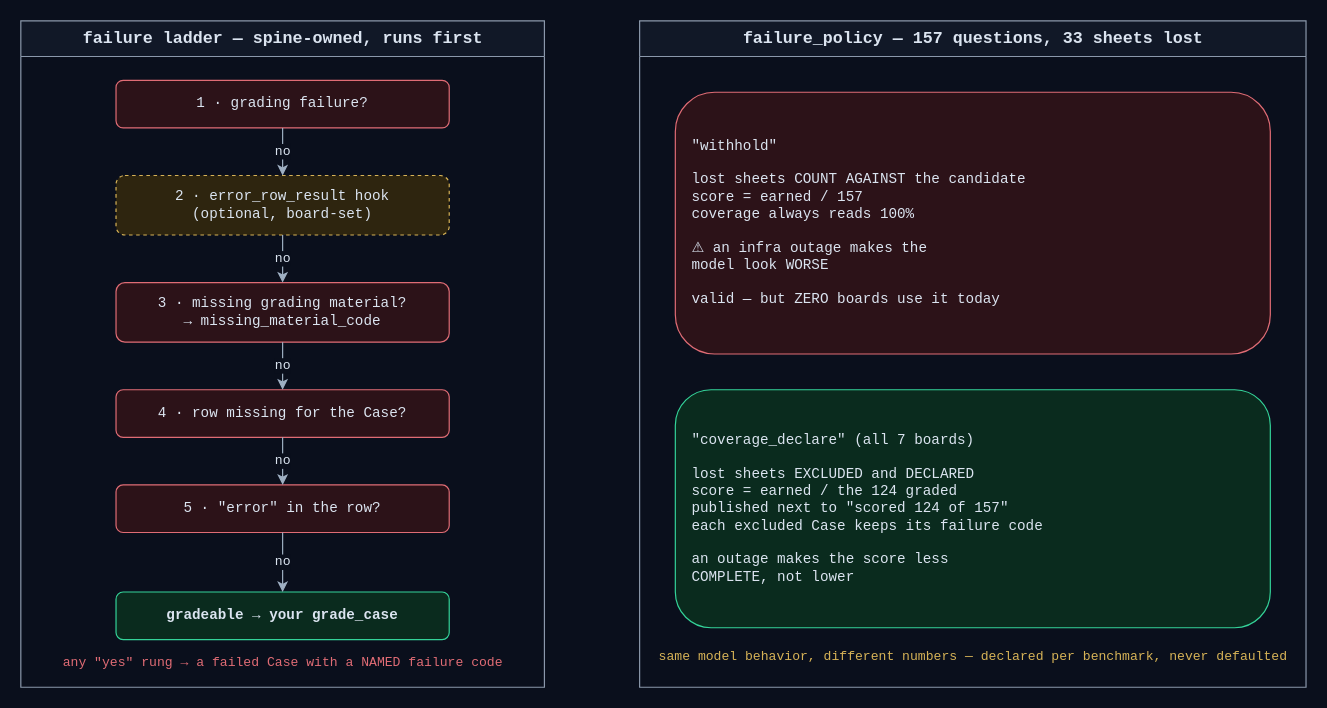
Before: apps/screamingface-engine/docs/diagrams/failure-ladder-and-policy.drawio in ScreamingFace/screamingface, a draw.io diagram. Source tidied: cells renumbered, new cells numbered last; positions are measured from the earlier drawing's top-left corner, leaving out a move shared by most shapes. Both pictures are drawn from the tidied source at 119%, with x=0, y=0 at pixel (20, 20).
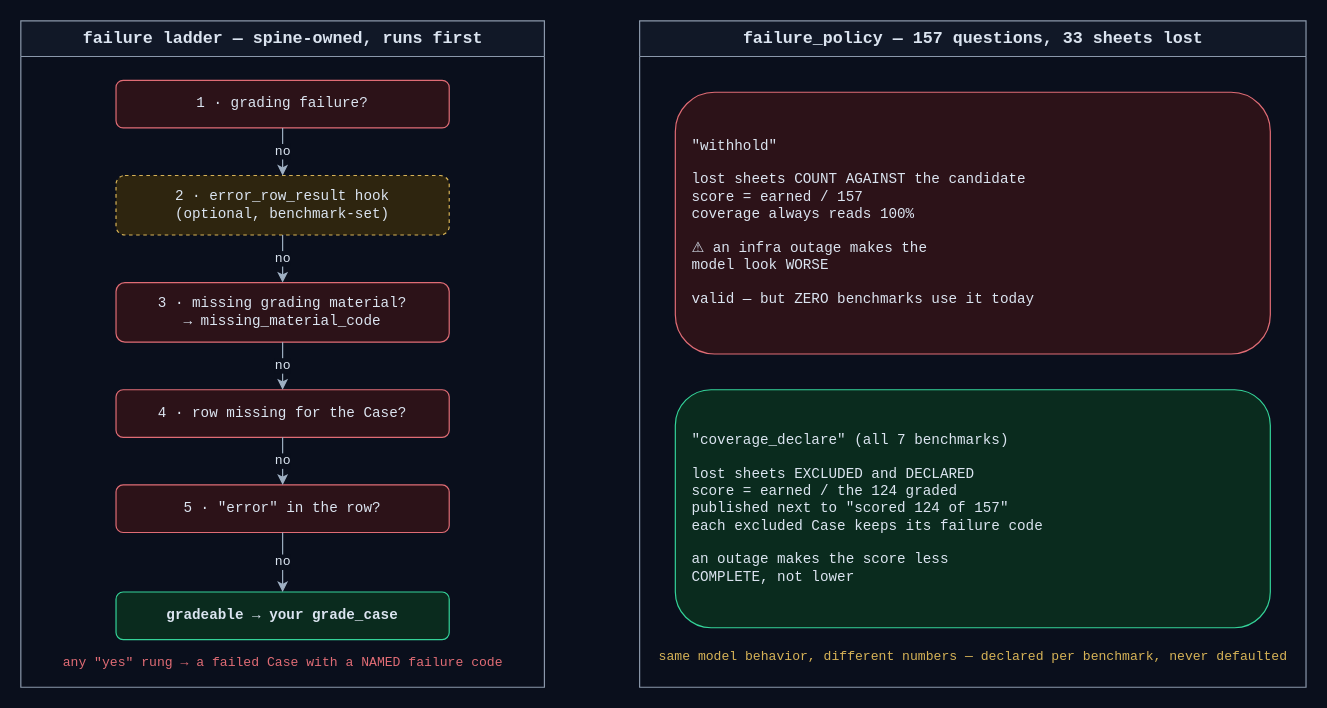
Above is the later version.

Change to the diagram source:
```diff
@@
 <mxGraphModel background="#0a0f1c">
   <root>
     <mxCell id="0" />
     <mxCell id="1" parent="0" />
     <mxCell id="2" value="failure ladder — spine-owned, runs first" style="swimlane;startSize=30;html=1;fillColor=#111827;strokeColor=#8b98ab;fontColor=#dbe4f0;fontFamily=Courier New;fontSize=14;fontStyle=1;" parent="1" vertex="1">
       <mxGeometry width="440" height="560" as="geometry" />
     </mxCell>
     <mxCell id="3" value="1 · grading failure?" style="rounded=1;whiteSpace=wrap;html=1;fillColor=#2c1218;strokeColor=#e06c75;fontColor=#dbe4f0;fontFamily=Courier New;fontSize=12;" parent="2" vertex="1">
       <mxGeometry x="80" y="50" width="280" height="40" as="geometry" />
     </mxCell>
-    <mxCell id="4" value="2 · error_row_result hook&#10;(optional, board-set)" style="rounded=1;whiteSpace=wrap;html=1;dashed=1;fillColor=#2e250f;strokeColor=#d7b357;fontColor=#dbe4f0;fontFamily=Courier New;fontSize=12;" parent="2" vertex="1">
+    <mxCell id="4" value="2 · error_row_result hook&#10;(optional, benchmark-set)" style="rounded=1;whiteSpace=wrap;html=1;dashed=1;fillColor=#2e250f;strokeColor=#d7b357;fontColor=#dbe4f0;fontFamily=Courier New;fontSize=12;" parent="2" vertex="1">
       <mxGeometry x="80" y="130" width="280" height="50" as="geometry" />
     </mxCell>
     <mxCell id="5" value="3 · missing grading material?&#10;→ missing_material_code" style="rounded=1;whiteSpace=wrap;html=1;fillColor=#2c1218;strokeColor=#e06c75;fontColor=#dbe4f0;fontFamily=Courier New;fontSize=12;" parent="2" vertex="1">
       <mxGeometry x="80" y="220" width="280" height="50" as="geometry" />
     </mxCell>
     <mxCell id="6" value="4 · row missing for the Case?" style="rounded=1;whiteSpace=wrap;html=1;fillColor=#2c1218;strokeColor=#e06c75;fontColor=#dbe4f0;fontFamily=Courier New;fontSize=12;" parent="2" vertex="1">
       <mxGeometry x="80" y="310" width="280" height="40" as="geometry" />
     </mxCell>
     <mxCell id="7" value="5 · &quot;error&quot; in the row?" style="rounded=1;whiteSpace=wrap;html=1;fillColor=#2c1218;strokeColor=#e06c75;fontColor=#dbe4f0;fontFamily=Courier New;fontSize=12;" parent="2" vertex="1">
       <mxGeometry x="80" y="390" width="280" height="40" as="geometry" />
     </mxCell>
     <mxCell id="8" value="gradeable → your grade_case" style="rounded=1;whiteSpace=wrap;html=1;fillColor=#0a2b1e;strokeColor=#34d399;fontColor=#dbe4f0;fontFamily=Courier New;fontSize=12;fontStyle=1;" parent="2" vertex="1">
       <mxGeometry x="80" y="480" width="280" height="40" as="geometry" />
     </mxCell>
     <mxCell id="9" value="no" style="edgeStyle=orthogonalEdgeStyle;rounded=1;jettySize=auto;html=1;strokeColor=#9fb0c3;fontColor=#dbe4f0;fontFamily=Courier New;fontSize=11;labelBackgroundColor=#0a0f1c;exitX=0.5;exitY=1;entryX=0.5;entryY=0;" parent="2" edge="1" source="3" target="4">
       <mxGeometry relative="1" as="geometry" />
     </mxCell>
     <mxCell id="10" value="no" style="edgeStyle=orthogonalEdgeStyle;rounded=1;jettySize=auto;html=1;strokeColor=#9fb0c3;fontColor=#dbe4f0;fontFamily=Courier New;fontSize=11;labelBackgroundColor=#0a0f1c;exitX=0.5;exitY=1;entryX=0.5;entryY=0;" parent="2" edge="1" source="4" target="5">
       <mxGeometry relative="1" as="geometry" />
     </mxCell>
     <mxCell id="11" value="no" style="edgeStyle=orthogonalEdgeStyle;rounded=1;jettySize=auto;html=1;strokeColor=#9fb0c3;fontColor=#dbe4f0;fontFamily=Courier New;fontSize=11;labelBackgroundColor=#0a0f1c;exitX=0.5;exitY=1;entryX=0.5;entryY=0;" parent="2" edge="1" source="5" target="6">
       <mxGeometry relative="1" as="geometry" />
     </mxCell>
     <mxCell id="12" value="no" style="edgeStyle=orthogonalEdgeStyle;rounded=1;jettySize=auto;html=1;strokeColor=#9fb0c3;fontColor=#dbe4f0;fontFamily=Courier New;fontSize=11;labelBackgroundColor=#0a0f1c;exitX=0.5;exitY=1;entryX=0.5;entryY=0;" parent="2" edge="1" source="6" target="7">
       <mxGeometry relative="1" as="geometry" />
     </mxCell>
     <mxCell id="13" value="no" style="edgeStyle=orthogonalEdgeStyle;rounded=1;jettySize=auto;html=1;strokeColor=#9fb0c3;fontColor=#dbe4f0;fontFamily=Courier New;fontSize=11;labelBackgroundColor=#0a0f1c;exitX=0.5;exitY=1;entryX=0.5;entryY=0;" parent="2" edge="1" source="7" target="8">
       <mxGeometry relative="1" as="geometry" />
     </mxCell>
     <mxCell id="14" value="any &quot;yes&quot; rung → a failed Case with a NAMED failure code" style="text;html=1;align=center;verticalAlign=middle;fontColor=#e06c75;fontFamily=Courier New;fontSize=11;" parent="2" vertex="1">
       <mxGeometry x="40" y="530" width="360" height="20" as="geometry" />
     </mxCell>
     <mxCell id="15" value="failure_policy — 157 questions, 33 sheets lost" style="swimlane;startSize=30;html=1;fillColor=#111827;strokeColor=#8b98ab;fontColor=#dbe4f0;fontFamily=Courier New;fontSize=14;fontStyle=1;" parent="1" vertex="1">
       <mxGeometry x="520" width="560" height="560" as="geometry" />
     </mxCell>
-    <mxCell id="16" value="&quot;withhold&quot;&#10;&#10;lost sheets COUNT AGAINST the candidate&#10;score = earned / 157&#10;coverage always reads 100%&#10;&#10;⚠ an infra outage makes the&#10;model look WORSE&#10;&#10;valid — but ZERO boards use it today" style="rounded=1;whiteSpace=wrap;html=1;fillColor=#2c1218;strokeColor=#e06c75;fontColor=#dbe4f0;fontFamily=Courier New;fontSize=12;align=left;spacingLeft=12;" parent="15" vertex="1">
+    <mxCell id="16" value="&quot;withhold&quot;&#10;&#10;lost sheets COUNT AGAINST the candidate&#10;score = earned / 157&#10;coverage always reads 100%&#10;&#10;⚠ an infra outage makes the&#10;model look WORSE&#10;&#10;valid — but ZERO benchmarks use it today" style="rounded=1;whiteSpace=wrap;html=1;fillColor=#2c1218;strokeColor=#e06c75;fontColor=#dbe4f0;fontFamily=Courier New;fontSize=12;align=left;spacingLeft=12;" parent="15" vertex="1">
       <mxGeometry x="30" y="60" width="500" height="220" as="geometry" />
     </mxCell>
-    <mxCell id="17" value="&quot;coverage_declare&quot;  (all 7 boards)&#10;&#10;lost sheets EXCLUDED and DECLARED&#10;score = earned / the 124 graded&#10;published next to &quot;scored 124 of 157&quot;&#10;each excluded Case keeps its failure code&#10;&#10;an outage makes the score less&#10;COMPLETE, not lower" style="rounded=1;whiteSpace=wrap;html=1;fillColor=#0a2b1e;strokeColor=#34d399;fontColor=#dbe4f0;fontFamily=Courier New;fontSize=12;align=left;spacingLeft=12;" parent="15" vertex="1">
+    <mxCell id="17" value="&quot;coverage_declare&quot;  (all 7 benchmarks)&#10;&#10;lost sheets EXCLUDED and DECLARED&#10;score = earned / the 124 graded&#10;published next to &quot;scored 124 of 157&quot;&#10;each excluded Case keeps its failure code&#10;&#10;an outage makes the score less&#10;COMPLETE, not lower" style="rounded=1;whiteSpace=wrap;html=1;fillColor=#0a2b1e;strokeColor=#34d399;fontColor=#dbe4f0;fontFamily=Courier New;fontSize=12;align=left;spacingLeft=12;" parent="15" vertex="1">
       <mxGeometry x="30" y="310" width="500" height="200" as="geometry" />
     </mxCell>
     <mxCell id="18" value="same model behavior, different numbers — declared per benchmark, never defaulted" style="text;html=1;align=center;verticalAlign=middle;fontColor=#d7b357;fontFamily=Courier New;fontSize=11;" parent="15" vertex="1">
       <mxGeometry x="30" y="525" width="500" height="20" as="geometry" />
     </mxCell>
   </root>
 </mxGraphModel>
```
